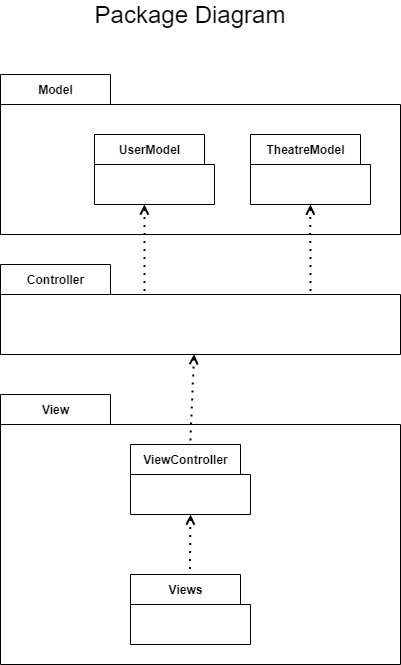
Before: PackageDiagram/PackageDiagram.png, a diagram exported from draw.io (mklasby/ENSF_619_PROJECT). Source tidied: cells renumbered, new cells last; positions are measured from the earlier drawing's top-left corner, leaving out a move shared by most shapes.
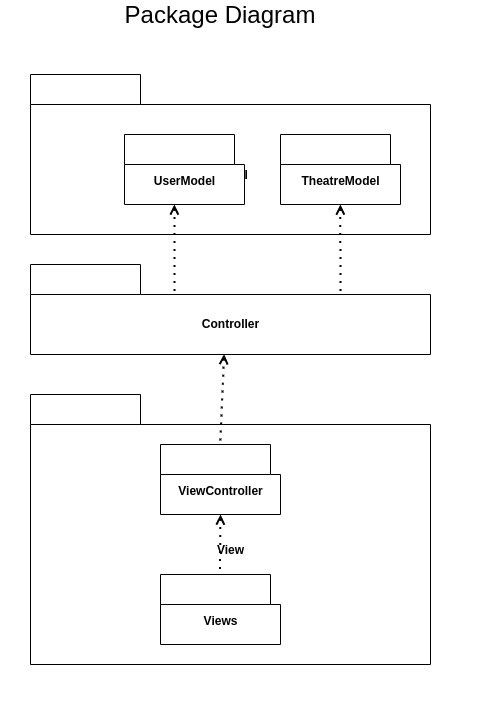
Later version of the same file.

Diff of the diagram source:
```diff
@@ -2,6 +2,9 @@
   <root>
     <mxCell id="0" />
     <mxCell id="1" parent="0" />
+    <mxCell id="14" style="rounded=0;whiteSpace=wrap;html=1;strokeColor=#FFFFFF;" parent="1" vertex="1">
+      <mxGeometry x="-30" y="50" width="490" height="650" as="geometry" />
+    </mxCell>
     <mxCell id="2" value="View" style="shape=folder;fontStyle=1;tabWidth=110;tabHeight=30;tabPosition=left;html=1;boundedLbl=1;labelInHeader=1;" parent="1" vertex="1">
       <mxGeometry y="390" width="400" height="270" as="geometry" />
     </mxCell>
```
